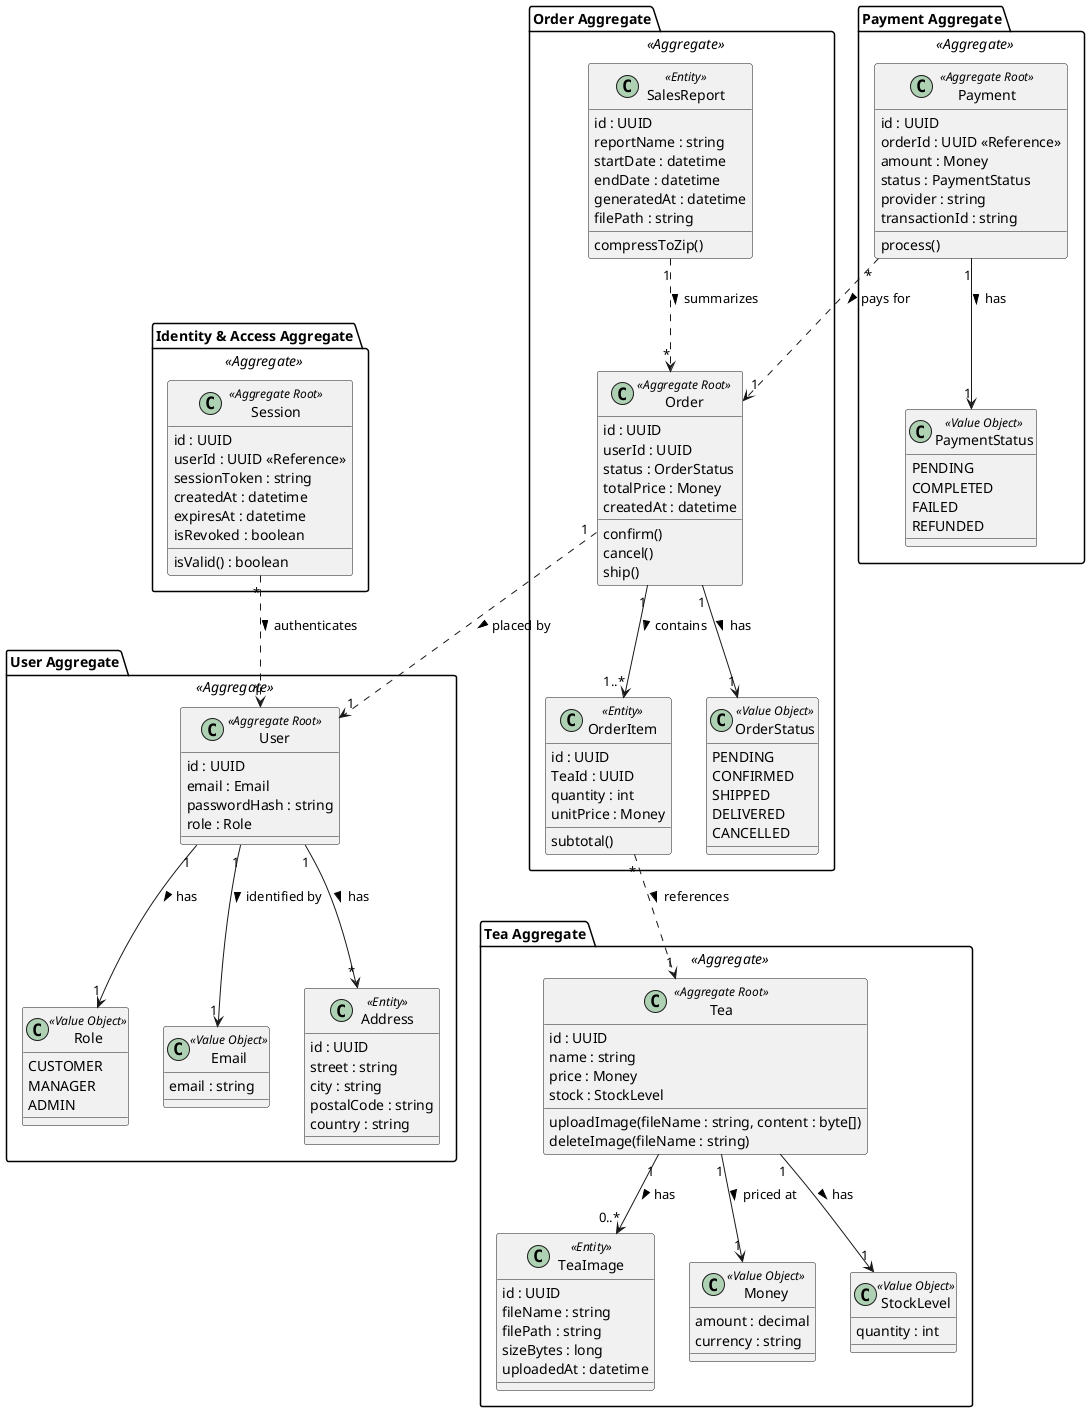
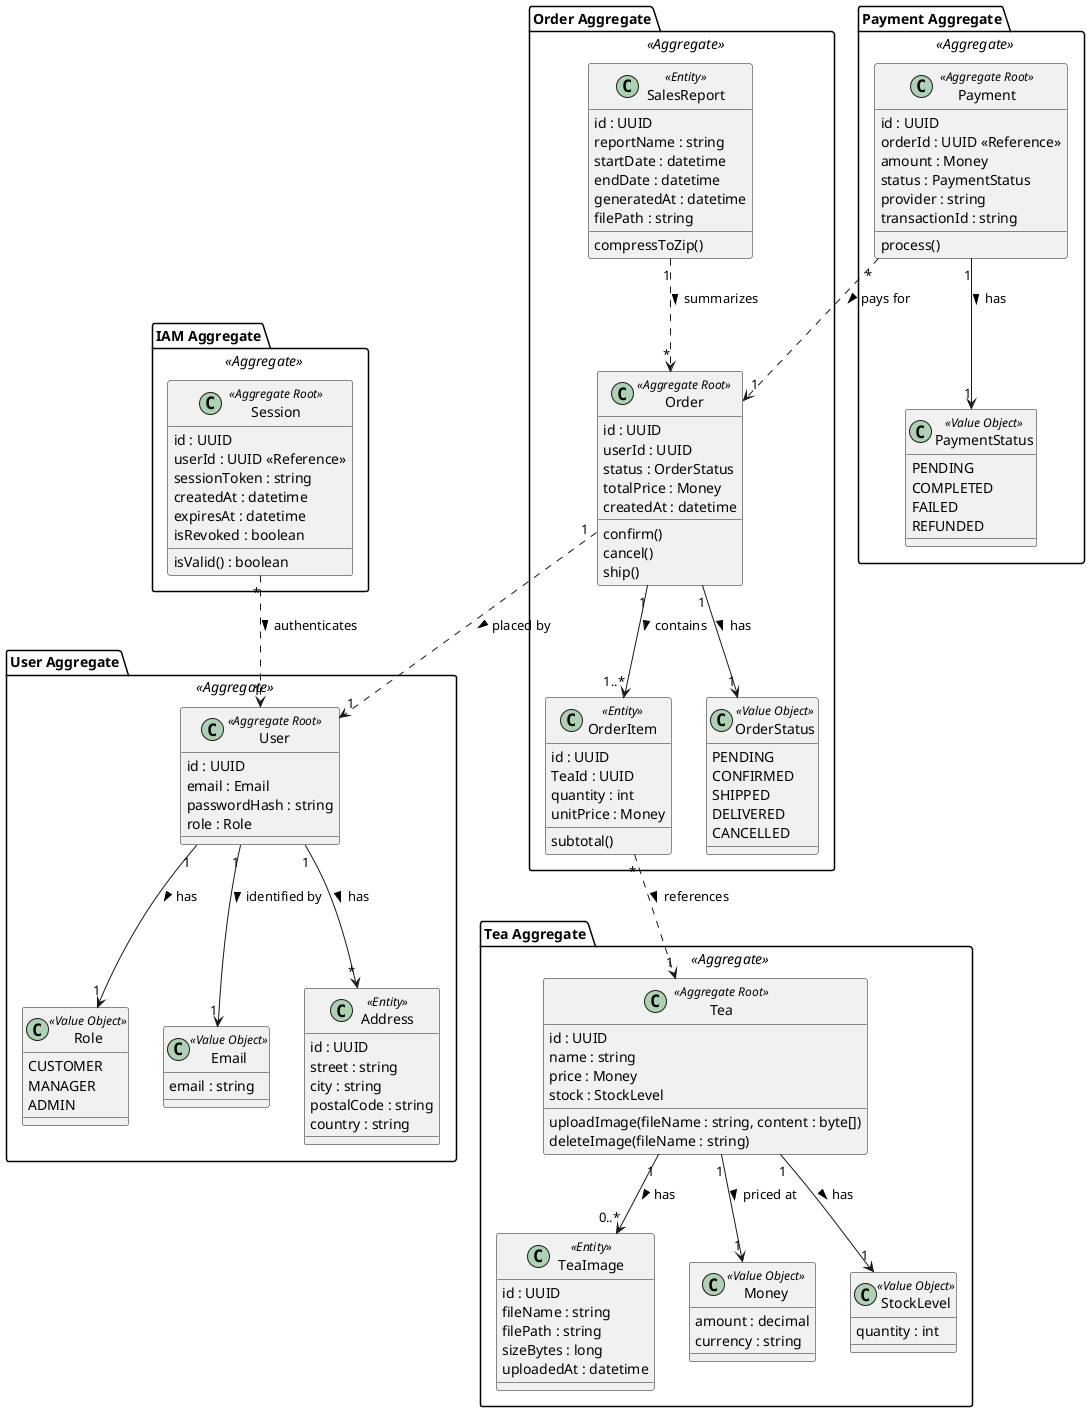
@startuml

- package "Identity & Access Aggregate" <<Aggregate>> {
+ package "IAM Aggregate" <<Aggregate>> {
  class Session <<Aggregate Root>> {
    id : UUID
    userId : UUID <<Reference>>
    sessionToken : string
    createdAt : datetime
    expiresAt : datetime
    isRevoked : boolean
    isValid() : boolean
  }
}

package "User Aggregate" <<Aggregate>> {
  class User <<Aggregate Root>> {
    id : UUID
    email : Email
    passwordHash : string
    role : Role
  }
  class Role <<Value Object>> {
    CUSTOMER
    MANAGER
    ADMIN
  }
  class Email <<Value Object>> {
    email : string
  }
  class Address <<Entity>> {
    id : UUID
    street : string
    city : string
    postalCode : string
    country : string
  }
}

package "Tea Aggregate" <<Aggregate>> {
  class Tea <<Aggregate Root>> {
    id : UUID
    name : string
    price : Money
    stock : StockLevel
    uploadImage(fileName : string, content : byte[])
    deleteImage(fileName : string)
  }
  class TeaImage <<Entity>> {
    id : UUID
    fileName : string
    filePath : string
    sizeBytes : long
    uploadedAt : datetime
  }
  class Money <<Value Object>> {
    amount : decimal
    currency : string
  }
  class StockLevel <<Value Object>> {
    quantity : int
  }
}

package "Order Aggregate" <<Aggregate>> {
  class Order <<Aggregate Root>> {
    id : UUID
    userId : UUID
    status : OrderStatus
    totalPrice : Money
    createdAt : datetime
    confirm()
    cancel()
    ship()
  }
  class OrderItem <<Entity>> {
    id : UUID
    TeaId : UUID
    quantity : int
    unitPrice : Money
    subtotal()
  }
  class OrderStatus <<Value Object>> {
    PENDING
    CONFIRMED
    SHIPPED
    DELIVERED
    CANCELLED
  }
  class SalesReport <<Entity>> {
    id : UUID
    reportName : string
    startDate : datetime
    endDate : datetime
    generatedAt : datetime
    filePath : string
    compressToZip()
  }
}

package "Payment Aggregate" <<Aggregate>> {
  class Payment <<Aggregate Root>> {
    id : UUID
    orderId : UUID <<Reference>>
    amount : Money
    status : PaymentStatus
    provider : string
    transactionId : string
    process()
  }
  class PaymentStatus <<Value Object>> {
    PENDING
    COMPLETED
    FAILED
    REFUNDED
  }
}

' --- Relationships ---
User "1" --> "1" Role : has >
User "1" --> "1" Email : identified by >
User "1" --> "*" Address : has >

Session "*" ..> "1" User : authenticates >

Tea "1" --> "1" Money : priced at >
Tea "1" --> "1" StockLevel : has >
Tea "1" --> "0..*" TeaImage : has >

Order "1" --> "1" OrderStatus : has >
Order "1" --> "1..*" OrderItem : contains >
SalesReport "1" ..> "*" Order : summarizes >

Order "1" ..> "1" User : placed by >
OrderItem "*" ..> "1" Tea : references >

Payment "*" ..> "1" Order : pays for >
Payment "1" --> "1" PaymentStatus : has >


@enduml